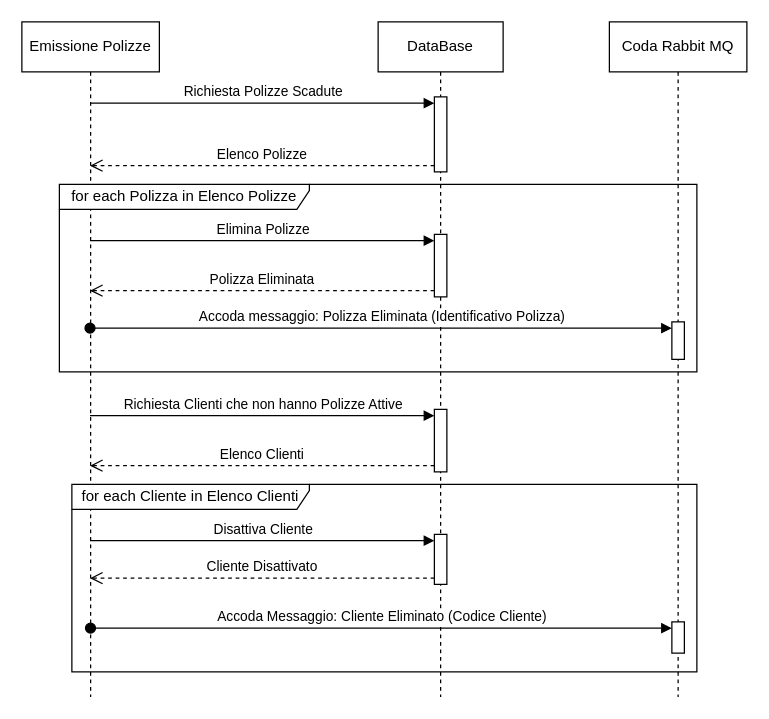
Earlier version of the draw.io diagram page "Worker Service - Eliminazione Polizze" (5 of 14) of Documentazione/Tesi/Diagrammi/Architettura.drawio (speaking-codes/QuickApp). Source tidied: cells renumbered, new cells numbered last; positions are measured from the earlier drawing's top-left corner, leaving out a move shared by most shapes. Both pictures are drawn from the tidied source at 125%, with x=0, y=0 at pixel (21, 21).
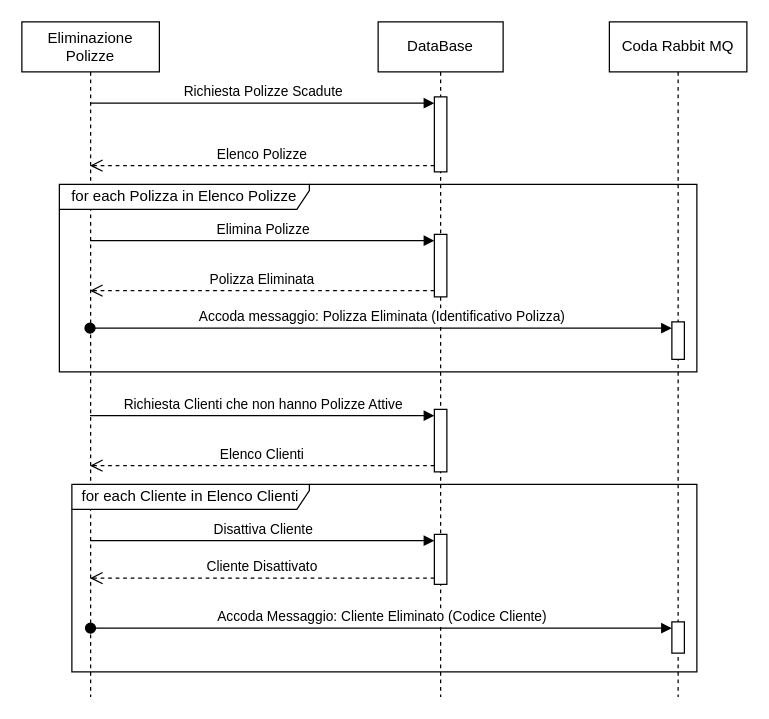
Above is the later version.

Change to the diagram source:
```diff
@@
-    <mxCell id="2" value="Emissione Polizze" style="shape=umlLifeline;perimeter=lifelinePerimeter;whiteSpace=wrap;html=1;outlineConnect=0;portConstraint=eastwest;newEdgeStyle={&quot;curved&quot;:0,&quot;rounded&quot;:0};" parent="1" vertex="1">
+    <mxCell id="2" value="Eliminazione Polizze" style="shape=umlLifeline;perimeter=lifelinePerimeter;whiteSpace=wrap;html=1;outlineConnect=0;portConstraint=eastwest;newEdgeStyle={&quot;curved&quot;:0,&quot;rounded&quot;:0};" parent="1" vertex="1">
       <mxGeometry width="110" height="540" as="geometry" />
     </mxCell>
```
